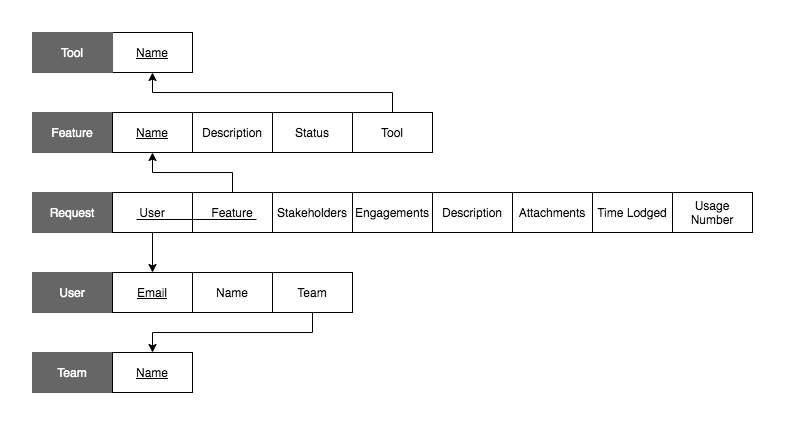
Earlier version of the draw.io export docs/DB Rel Schema Model.png (cpanzenbock/Fraudtech-Web-Activity). Source tidied: cells renumbered, new cells last; positions are measured from the earlier drawing's top-left corner, leaving out a move shared by most shapes.
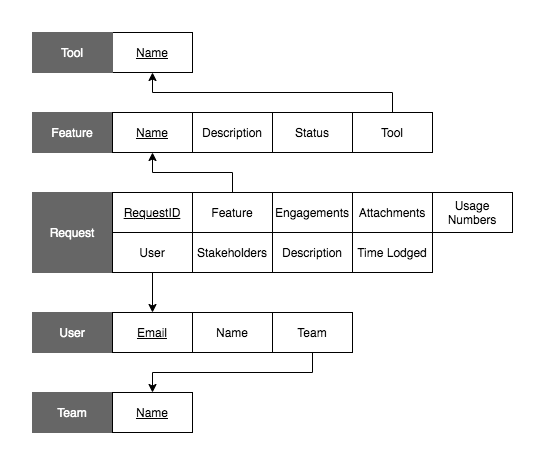
After the commit.

Diff of the diagram source:
```diff
@@ -12,28 +12,28 @@
       <mxGeometry y="80" width="80" height="40" as="geometry" />
     </mxCell>
     <mxCell id="5" value="Request" style="rounded=0;whiteSpace=wrap;html=1;fillColor=#666666;strokeColor=#666666;fontColor=#FFFFFF;" parent="1" vertex="1">
-      <mxGeometry y="160" width="80" height="40" as="geometry" />
+      <mxGeometry y="160" width="80" height="80" as="geometry" />
     </mxCell>
     <mxCell id="6" value="User" style="rounded=0;whiteSpace=wrap;html=1;fillColor=#666666;strokeColor=#666666;fontColor=#FFFFFF;" parent="1" vertex="1">
-      <mxGeometry y="240" width="80" height="40" as="geometry" />
+      <mxGeometry y="280" width="80" height="40" as="geometry" />
     </mxCell>
     <mxCell id="7" value="Team" style="rounded=0;whiteSpace=wrap;html=1;fillColor=#666666;strokeColor=#666666;fontColor=#FFFFFF;" parent="1" vertex="1">
-      <mxGeometry y="320" width="80" height="40" as="geometry" />
+      <mxGeometry y="360" width="80" height="40" as="geometry" />
     </mxCell>
     <mxCell id="8" value="Name" style="rounded=0;whiteSpace=wrap;html=1;fontStyle=4;" parent="1" vertex="1">
-      <mxGeometry x="80" y="320" width="80" height="40" as="geometry" />
+      <mxGeometry x="80" y="360" width="80" height="40" as="geometry" />
     </mxCell>
     <mxCell id="9" value="Email" style="rounded=0;whiteSpace=wrap;html=1;fontStyle=4;" parent="1" vertex="1">
-      <mxGeometry x="80" y="240" width="80" height="40" as="geometry" />
+      <mxGeometry x="80" y="280" width="80" height="40" as="geometry" />
     </mxCell>
     <mxCell id="10" value="Name" style="rounded=0;whiteSpace=wrap;html=1;fontStyle=0;" parent="1" vertex="1">
-      <mxGeometry x="160" y="240" width="80" height="40" as="geometry" />
+      <mxGeometry x="160" y="280" width="80" height="40" as="geometry" />
     </mxCell>
     <mxCell id="11" style="edgeStyle=orthogonalEdgeStyle;rounded=0;jettySize=auto;html=1;exitX=0.5;exitY=1;exitDx=0;exitDy=0;entryX=0.5;entryY=0;entryDx=0;entryDy=0;fontColor=#FFFFFF;" parent="1" edge="1" source="12" target="8">
       <mxGeometry relative="1" as="geometry" />
     </mxCell>
     <mxCell id="12" value="Team" style="rounded=0;whiteSpace=wrap;html=1;fontStyle=0;" parent="1" vertex="1">
-      <mxGeometry x="240" y="240" width="80" height="40" as="geometry" />
+      <mxGeometry x="240" y="280" width="80" height="40" as="geometry" />
     </mxCell>
     <mxCell id="13" value="Name" style="rounded=0;whiteSpace=wrap;html=1;fontStyle=4;" parent="1" vertex="1">
       <mxGeometry x="80" y="80" width="80" height="40" as="geometry" />
@@ -54,7 +54,7 @@
       <mxGeometry relative="1" as="geometry" />
     </mxCell>
     <mxCell id="19" value="User" style="rounded=0;whiteSpace=wrap;html=1;fontStyle=0;" parent="1" vertex="1">
-      <mxGeometry x="80" y="160" width="80" height="40" as="geometry" />
+      <mxGeometry x="80" y="200" width="80" height="40" as="geometry" />
     </mxCell>
     <mxCell id="20" style="edgeStyle=orthogonalEdgeStyle;rounded=0;jettySize=auto;html=1;exitX=0.5;exitY=0;exitDx=0;exitDy=0;entryX=0.5;entryY=1;entryDx=0;entryDy=0;fontColor=#FFFFFF;" parent="1" edge="1" source="21" target="13">
       <mxGeometry relative="1" as="geometry" />
@@ -62,29 +62,26 @@
     <mxCell id="21" value="Feature" style="rounded=0;whiteSpace=wrap;html=1;fontStyle=0;" parent="1" vertex="1">
       <mxGeometry x="160" y="160" width="80" height="40" as="geometry" />
     </mxCell>
-    <mxCell id="22" style="endArrow=none;html=1;fontColor=#FFFFFF;" parent="1" edge="1">
-      <mxGeometry relative="1" as="geometry">
-        <mxPoint x="224" y="187" as="sourcePoint" />
-        <mxPoint x="104" y="187" as="targetPoint" />
-      </mxGeometry>
-    </mxCell>
     <mxCell id="23" value="Stakeholders" style="rounded=0;whiteSpace=wrap;html=1;fontStyle=0;" parent="1" vertex="1">
-      <mxGeometry x="240" y="160" width="80" height="40" as="geometry" />
+      <mxGeometry x="160" y="200" width="80" height="40" as="geometry" />
     </mxCell>
     <mxCell id="24" value="Engagements" style="rounded=0;whiteSpace=wrap;html=1;fontStyle=0;" parent="1" vertex="1">
-      <mxGeometry x="320" y="160" width="80" height="40" as="geometry" />
+      <mxGeometry x="240" y="160" width="80" height="40" as="geometry" />
     </mxCell>
     <mxCell id="25" value="Description" style="rounded=0;whiteSpace=wrap;html=1;fontStyle=0;" parent="1" vertex="1">
-      <mxGeometry x="400" y="160" width="80" height="40" as="geometry" />
+      <mxGeometry x="240" y="200" width="80" height="40" as="geometry" />
     </mxCell>
     <mxCell id="26" value="Attachments" style="rounded=0;whiteSpace=wrap;html=1;fontStyle=0;" parent="1" vertex="1">
-      <mxGeometry x="480" y="160" width="80" height="40" as="geometry" />
+      <mxGeometry x="320" y="160" width="80" height="40" as="geometry" />
     </mxCell>
     <mxCell id="27" value="Time Lodged" style="rounded=0;whiteSpace=wrap;html=1;fontStyle=0;" parent="1" vertex="1">
-      <mxGeometry x="560" y="160" width="80" height="40" as="geometry" />
+      <mxGeometry x="320" y="200" width="80" height="40" as="geometry" />
     </mxCell>
-    <mxCell id="28" value="Usage Number" style="rounded=0;whiteSpace=wrap;html=1;fontStyle=0;" parent="1" vertex="1">
-      <mxGeometry x="640" y="160" width="80" height="40" as="geometry" />
+    <mxCell id="28" value="Usage Numbers" style="rounded=0;whiteSpace=wrap;html=1;fontStyle=0;" parent="1" vertex="1">
+      <mxGeometry x="400" y="160" width="80" height="40" as="geometry" />
     </mxCell>
+    <mxCell id="29" value="RequestID" style="rounded=0;whiteSpace=wrap;html=1;fontStyle=4;" parent="1" vertex="1">
+      <mxGeometry x="80" y="160" width="80" height="40" as="geometry" />
+    </mxCell>
   </root>
 </mxGraphModel>
```
